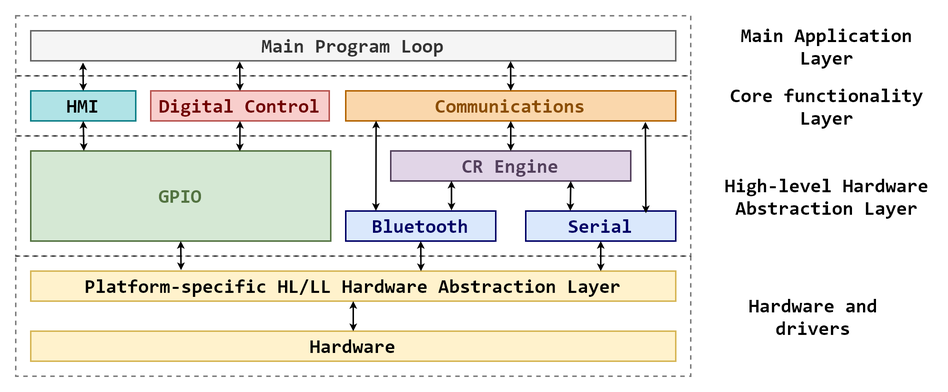
Earlier version of the draw.io export Proj/Iterations/1/Design/Navigation-Subsystem/Architectural-Overview/software-stack/software_stack_overview.png (LPI2-DreamTeam/rfcar). Source tidied: cells renumbered, new cells last; positions are measured from the earlier drawing's top-left corner, leaving out a move shared by most shapes.
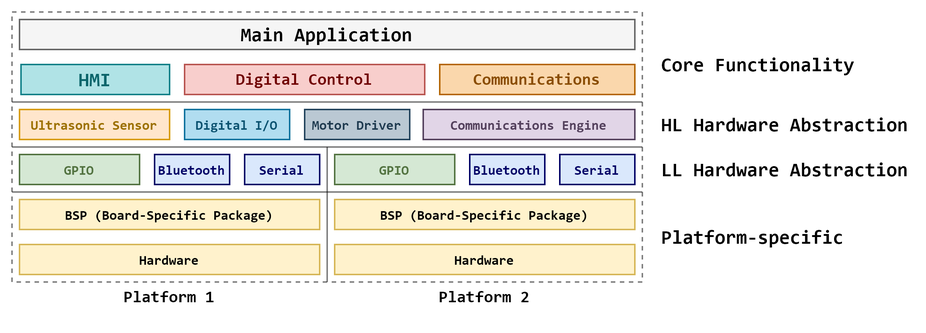
After the change.

Commit message:
Redone Software Stack Overview

Change to the diagram source:
```diff
@@ -2,103 +2,95 @@
   <root>
     <mxCell id="0" />
     <mxCell id="1" parent="0" />
+    <mxCell id="34" style="rounded=0;whiteSpace=wrap;html=1;labelBackgroundColor=none;fontFamily=Consolas;fontSize=13;opacity=50;align=center;dashed=1;fillColor=none;" parent="1" vertex="1">
+      <mxGeometry x="-50" y="20" width="420" height="30" as="geometry" />
+    </mxCell>
-    <mxCell id="2" style="rounded=0;whiteSpace=wrap;html=1;labelBackgroundColor=none;fontFamily=Consolas;fontSize=13;opacity=50;align=center;dashed=1;fillColor=none;" parent="1" vertex="1">
-      <mxGeometry y="80" width="450" height="80" as="geometry" />
+    <mxCell id="2" style="rounded=0;whiteSpace=wrap;html=1;labelBackgroundColor=none;fontFamily=Consolas;fontSize=9;opacity=50;align=center;dashed=1;fillColor=none;" parent="1" vertex="1">
+      <mxGeometry x="160" y="50" width="210" height="30" as="geometry" />
     </mxCell>
-    <mxCell id="3" value="GPIO" style="rounded=0;whiteSpace=wrap;html=1;labelBackgroundColor=none;strokeColor=#537341;fillColor=#d5e8d4;fontFamily=Consolas;fontSize=13;align=center;gradientDirection=east;fontColor=#537341;fontStyle=1;" parent="1" vertex="1">
-      <mxGeometry x="10" y="90" width="200" height="60" as="geometry" />
+    <mxCell id="3" value="GPIO" style="rounded=0;whiteSpace=wrap;html=1;labelBackgroundColor=none;strokeColor=#537341;fillColor=#d5e8d4;fontFamily=Consolas;fontSize=9;align=center;gradientDirection=east;fontColor=#537341;fontStyle=1;" parent="1" vertex="1">
+      <mxGeometry x="165" y="55" width="80" height="20" as="geometry" />
     </mxCell>
-    <mxCell id="4" style="rounded=0;whiteSpace=wrap;html=1;labelBackgroundColor=none;fontFamily=Consolas;fontSize=13;opacity=50;align=center;dashed=1;fillColor=none;" parent="1" vertex="1">
-      <mxGeometry y="160" width="450" height="80" as="geometry" />
+    <mxCell id="4" style="rounded=0;whiteSpace=wrap;html=1;labelBackgroundColor=none;fontFamily=Consolas;fontSize=9;opacity=50;align=center;dashed=1;fillColor=none;" parent="1" vertex="1">
+      <mxGeometry x="160" y="80" width="210" height="60" as="geometry" />
     </mxCell>
     <mxCell id="5" style="rounded=0;whiteSpace=wrap;html=1;labelBackgroundColor=none;fontFamily=Consolas;fontSize=13;opacity=50;align=center;dashed=1;fillColor=none;" parent="1" vertex="1">
-      <mxGeometry y="40" width="450" height="40" as="geometry" />
+      <mxGeometry x="-50" y="-40" width="420" height="60" as="geometry" />
     </mxCell>
-    <mxCell id="6" value="Bluetooth" style="rounded=0;whiteSpace=wrap;html=1;fontFamily=Consolas;fontSize=13;align=center;fillColor=#dae8fc;fontStyle=1;spacingRight=0;strokeColor=#000066;fontColor=#000066;verticalAlign=middle;" parent="1" vertex="1">
-      <mxGeometry x="220" y="130" width="100" height="20" as="geometry" />
+    <mxCell id="6" value="Bluetooth" style="rounded=0;whiteSpace=wrap;html=1;fontFamily=Consolas;fontSize=9;align=center;fillColor=#dae8fc;fontStyle=1;spacingRight=0;strokeColor=#000066;fontColor=#000066;verticalAlign=middle;" parent="1" vertex="1">
+      <mxGeometry x="255" y="55" width="50" height="20" as="geometry" />
     </mxCell>
-    <mxCell id="7" value="Serial" style="rounded=0;whiteSpace=wrap;html=1;fontFamily=Consolas;fontSize=13;align=center;fillColor=#dae8fc;fontStyle=1;spacingRight=0;strokeColor=#000066;fontColor=#000066;verticalAlign=middle;" parent="1" vertex="1">
-      <mxGeometry x="340" y="130" width="100" height="20" as="geometry" />
+    <mxCell id="7" value="Serial" style="rounded=0;whiteSpace=wrap;html=1;fontFamily=Consolas;fontSize=9;align=center;fillColor=#dae8fc;fontStyle=1;spacingRight=0;strokeColor=#000066;fontColor=#000066;verticalAlign=middle;" parent="1" vertex="1">
+      <mxGeometry x="315" y="55" width="50" height="20" as="geometry" />
     </mxCell>
-    <mxCell id="8" value="Platform-specific HL/LL Hardware Abstraction Layer" style="rounded=0;whiteSpace=wrap;html=1;fontFamily=Consolas;fontSize=13;align=center;fillColor=#fff2cc;fontStyle=1;spacingRight=0;strokeColor=#d6b656;verticalAlign=middle;" parent="1" vertex="1">
-      <mxGeometry x="10" y="170" width="430" height="20" as="geometry" />
+    <mxCell id="8" value="BSP (Board-Specific Package)" style="rounded=0;whiteSpace=wrap;html=1;fontFamily=Consolas;fontSize=9;align=center;fillColor=#fff2cc;fontStyle=1;spacingRight=0;strokeColor=#d6b656;verticalAlign=middle;" parent="1" vertex="1">
+      <mxGeometry x="165" y="85" width="200" height="20" as="geometry" />
     </mxCell>
-    <mxCell id="9" value="Hardware" style="rounded=0;whiteSpace=wrap;html=1;fontFamily=Consolas;fontSize=13;align=center;fillColor=#fff2cc;fontStyle=1;spacingRight=0;strokeColor=#d6b656;verticalAlign=bottom;" parent="1" vertex="1">
-      <mxGeometry x="10" y="210" width="430" height="20" as="geometry" />
+    <mxCell id="9" value="Hardware" style="rounded=0;whiteSpace=wrap;html=1;fontFamily=Consolas;fontSize=9;align=center;fillColor=#fff2cc;fontStyle=1;spacingRight=0;strokeColor=#d6b656;verticalAlign=middle;" parent="1" vertex="1">
+      <mxGeometry x="165" y="115" width="200" height="20" as="geometry" />
     </mxCell>
-    <mxCell id="10" value="Communications" style="rounded=0;whiteSpace=wrap;html=1;fontFamily=Consolas;fontSize=13;align=center;fillColor=#fad7ac;fontStyle=1;spacingRight=0;strokeColor=#b46504;labelPosition=center;verticalLabelPosition=middle;verticalAlign=middle;fontColor=#8A4D03;" parent="1" vertex="1">
-      <mxGeometry x="220" y="50" width="220" height="20" as="geometry" />
+    <mxCell id="10" value="Communications" style="rounded=0;whiteSpace=wrap;html=1;fontFamily=Consolas;fontSize=11;align=center;fillColor=#fad7ac;fontStyle=1;spacingRight=0;strokeColor=#b46504;labelPosition=center;verticalLabelPosition=middle;verticalAlign=middle;fontColor=#8A4D03;" parent="1" vertex="1">
+      <mxGeometry x="235" y="-5" width="130" height="20" as="geometry" />
     </mxCell>
-    <mxCell id="11" style="endArrow=classic;html=1;fontFamily=Consolas;fontSize=13;fontColor=#000066;exitX=0.5;exitY=1;exitDx=0;exitDy=0;startArrow=classic;startFill=1;endSize=2;startSize=2;entryX=0.605;entryY=0.001;entryDx=0;entryDy=0;entryPerimeter=0;" parent="1" edge="1" source="6" target="8">
-      <mxGeometry relative="1" as="geometry" />
-    </mxCell>
-    <mxCell id="12" style="endArrow=classic;html=1;fontFamily=Consolas;fontSize=13;fontColor=#000066;exitX=0.5;exitY=1;exitDx=0;exitDy=0;startArrow=classic;startFill=1;endSize=2;startSize=2;" parent="1" edge="1" source="7">
-      <mxGeometry relative="1" as="geometry">
-        <mxPoint x="390" y="170" as="targetPoint" />
-      </mxGeometry>
-    </mxCell>
-    <mxCell id="13" style="endArrow=classic;html=1;fontFamily=Consolas;fontSize=13;fontColor=#000066;entryX=0.201;entryY=-0.007;entryDx=0;entryDy=0;startArrow=classic;startFill=1;endSize=2;startSize=2;entryPerimeter=0;exitX=0.092;exitY=0.993;exitDx=0;exitDy=0;exitPerimeter=0;" parent="1" edge="1" source="10" target="6">
-      <mxGeometry relative="1" as="geometry" />
-    </mxCell>
-    <mxCell id="14" style="endArrow=classic;html=1;fontFamily=Consolas;fontSize=13;fontColor=#000066;exitX=0.908;exitY=1.033;exitDx=0;exitDy=0;entryX=0.801;entryY=0.073;entryDx=0;entryDy=0;startArrow=classic;startFill=1;endSize=2;startSize=2;exitPerimeter=0;entryPerimeter=0;" parent="1" edge="1" source="10" target="7">
-      <mxGeometry relative="1" as="geometry" />
-    </mxCell>
-    <mxCell id="15" value="Digital Control" style="rounded=0;whiteSpace=wrap;html=1;fontFamily=Consolas;fontSize=13;align=center;fillColor=#f8cecc;fontStyle=1;spacingRight=0;strokeColor=#b85450;labelPosition=center;verticalLabelPosition=middle;verticalAlign=middle;fontColor=#700000;labelBackgroundColor=none;" parent="1" vertex="1">
-      <mxGeometry x="90" y="50" width="119" height="20" as="geometry" />
+    <mxCell id="15" value="Digital Control" style="rounded=0;whiteSpace=wrap;html=1;fontFamily=Consolas;fontSize=11;align=center;fillColor=#f8cecc;fontStyle=1;spacingRight=0;strokeColor=#b85450;labelPosition=center;verticalLabelPosition=middle;verticalAlign=middle;fontColor=#700000;labelBackgroundColor=none;" parent="1" vertex="1">
+      <mxGeometry x="65" y="-5" width="160" height="20" as="geometry" />
     </mxCell>
-    <mxCell id="16" value="CR Engine" style="rounded=0;whiteSpace=wrap;html=1;fontFamily=Consolas;fontSize=13;align=center;fillColor=#e1d5e7;fontStyle=1;spacingRight=0;strokeColor=#53405C;labelPosition=center;verticalLabelPosition=middle;verticalAlign=middle;fontColor=#53405C;" parent="1" vertex="1">
-      <mxGeometry x="250" y="90" width="160" height="20" as="geometry" />
+    <mxCell id="16" value="Communications Engine" style="rounded=0;whiteSpace=wrap;html=1;fontFamily=Consolas;fontSize=9;align=center;fillColor=#e1d5e7;fontStyle=1;spacingRight=0;strokeColor=#53405C;labelPosition=center;verticalLabelPosition=middle;verticalAlign=middle;fontColor=#53405C;" parent="1" vertex="1">
+      <mxGeometry x="224" y="25" width="141" height="20" as="geometry" />
     </mxCell>
-    <mxCell id="17" style="endArrow=classic;html=1;fontFamily=Consolas;fontSize=13;fontColor=#000066;startArrow=classic;startFill=1;endSize=2;startSize=2;exitX=0.5;exitY=0;exitDx=0;exitDy=0;entryX=0.5;entryY=1;entryDx=0;entryDy=0;" parent="1" edge="1" source="16" target="10">
-      <mxGeometry relative="1" as="geometry" />
-    </mxCell>
-    <mxCell id="18" style="endArrow=classic;html=1;fontFamily=Consolas;fontSize=13;fontColor=#000066;startArrow=classic;startFill=1;endSize=2;startSize=2;exitX=0.705;exitY=-0.02;exitDx=0;exitDy=0;exitPerimeter=0;entryX=0.253;entryY=0.994;entryDx=0;entryDy=0;entryPerimeter=0;" parent="1" edge="1" source="6" target="16">
-      <mxGeometry relative="1" as="geometry" />
-    </mxCell>
-    <mxCell id="19" style="endArrow=classic;html=1;fontFamily=Consolas;fontSize=13;fontColor=#000066;startArrow=classic;startFill=1;endSize=2;startSize=2;entryX=0.75;entryY=1;entryDx=0;entryDy=0;exitX=0.297;exitY=-0.007;exitDx=0;exitDy=0;exitPerimeter=0;" parent="1" edge="1" source="7" target="16">
-      <mxGeometry relative="1" as="geometry" />
-    </mxCell>
-    <mxCell id="20" value="Main Program Loop" style="rounded=0;whiteSpace=wrap;html=1;fontFamily=Consolas;fontSize=13;align=center;fillColor=#f5f5f5;fontStyle=1;spacingRight=0;strokeColor=#666666;labelPosition=center;verticalLabelPosition=middle;verticalAlign=middle;fontColor=#333333;" parent="1" vertex="1">
-      <mxGeometry x="10" y="10" width="430" height="20" as="geometry" />
+    <mxCell id="20" value="&lt;span style=&quot;color: rgb(0 , 0 , 0) ; text-align: left&quot;&gt;Main Application&lt;/span&gt;" style="rounded=0;whiteSpace=wrap;html=1;fontFamily=Consolas;fontSize=13;align=center;fillColor=#f5f5f5;fontStyle=1;spacingRight=0;strokeColor=#666666;labelPosition=center;verticalLabelPosition=middle;verticalAlign=middle;fontColor=#333333;" parent="1" vertex="1">
+      <mxGeometry x="-45" y="-35" width="410" height="20" as="geometry" />
     </mxCell>
-    <mxCell id="21" style="endArrow=classic;html=1;fontFamily=Consolas;fontSize=13;fontColor=#000066;exitX=0.5;exitY=0;exitDx=0;exitDy=0;entryX=0.744;entryY=1.008;entryDx=0;entryDy=0;startArrow=classic;startFill=1;endSize=2;startSize=2;entryPerimeter=0;" parent="1" edge="1" source="10" target="20">
-      <mxGeometry relative="1" as="geometry" />
-    </mxCell>
-    <mxCell id="22" style="endArrow=classic;html=1;fontFamily=Consolas;fontSize=13;fontColor=#000066;exitX=0.5;exitY=1;exitDx=0;exitDy=0;entryX=0.5;entryY=0;entryDx=0;entryDy=0;startArrow=classic;startFill=1;endSize=2;startSize=2;" parent="1" edge="1" source="8" target="9">
-      <mxGeometry relative="1" as="geometry" />
-    </mxCell>
-    <mxCell id="23" value="Core functionality&lt;br&gt;Layer" style="text;html=1;strokeColor=none;fillColor=none;align=center;verticalAlign=middle;whiteSpace=wrap;rounded=0;dashed=1;labelBackgroundColor=none;fontFamily=Consolas;fontSize=13;fontColor=#000000;opacity=50;fontStyle=1;rotation=0;" parent="1" vertex="1">
-      <mxGeometry x="471" y="50" width="140" height="20" as="geometry" />
+    <mxCell id="23" value="Core Functionality" style="text;html=1;strokeColor=none;fillColor=none;align=left;verticalAlign=middle;whiteSpace=wrap;rounded=0;dashed=1;labelBackgroundColor=none;fontFamily=Consolas;fontSize=13;fontColor=#000000;opacity=50;fontStyle=1;rotation=0;" parent="1" vertex="1">
+      <mxGeometry x="381" y="-15" width="150" height="20" as="geometry" />
     </mxCell>
-    <mxCell id="24" value="High-level Hardware Abstraction Layer" style="text;html=1;strokeColor=none;fillColor=none;align=center;verticalAlign=middle;whiteSpace=wrap;rounded=0;dashed=1;labelBackgroundColor=none;fontFamily=Consolas;fontSize=13;fontColor=#000000;opacity=50;fontStyle=1;rotation=0;" parent="1" vertex="1">
-      <mxGeometry x="471" y="110" width="140" height="20" as="geometry" />
+    <mxCell id="24" value="HL Hardware Abstraction" style="text;html=1;strokeColor=none;fillColor=none;align=left;verticalAlign=middle;whiteSpace=wrap;rounded=0;dashed=1;labelBackgroundColor=none;fontFamily=Consolas;fontSize=13;fontColor=#000000;opacity=50;fontStyle=1;rotation=0;" parent="1" vertex="1">
+      <mxGeometry x="381" y="25" width="169" height="20" as="geometry" />
     </mxCell>
-    <mxCell id="25" value="Hardware and drivers" style="text;html=1;strokeColor=none;fillColor=none;align=center;verticalAlign=middle;whiteSpace=wrap;rounded=0;dashed=1;labelBackgroundColor=none;fontFamily=Consolas;fontSize=13;fontColor=#000000;opacity=50;fontStyle=1;rotation=0;" parent="1" vertex="1">
-      <mxGeometry x="461.5" y="185" width="140" height="30" as="geometry" />
+    <mxCell id="25" value="Platform-specific" style="text;html=1;strokeColor=none;fillColor=none;align=left;verticalAlign=middle;whiteSpace=wrap;rounded=0;dashed=1;labelBackgroundColor=none;fontFamily=Consolas;fontSize=13;fontColor=#000000;opacity=50;fontStyle=1;rotation=0;" parent="1" vertex="1">
+      <mxGeometry x="381" y="95" width="150" height="30" as="geometry" />
     </mxCell>
-    <mxCell id="26" value="HMI" style="rounded=0;whiteSpace=wrap;html=1;fontFamily=Consolas;fontSize=13;align=center;fillColor=#b0e3e6;fontStyle=1;spacingRight=0;strokeColor=#0e8088;labelPosition=center;verticalLabelPosition=middle;verticalAlign=middle;labelBackgroundColor=none;" parent="1" vertex="1">
-      <mxGeometry x="10" y="50" width="70" height="20" as="geometry" />
+    <mxCell id="26" value="HMI" style="rounded=0;whiteSpace=wrap;html=1;fontFamily=Consolas;fontSize=13;align=center;fillColor=#b0e3e6;fontStyle=1;spacingRight=0;strokeColor=#0e8088;labelPosition=center;verticalLabelPosition=middle;verticalAlign=middle;labelBackgroundColor=none;fontColor=#0B656B;" parent="1" vertex="1">
+      <mxGeometry x="-44" y="-5" width="99" height="20" as="geometry" />
     </mxCell>
-    <mxCell id="27" style="endArrow=classic;html=1;fontFamily=Consolas;fontSize=13;fontColor=#000066;entryX=0.233;entryY=-0.032;entryDx=0;entryDy=0;startArrow=classic;startFill=1;endSize=2;startSize=2;exitX=0.5;exitY=1;exitDx=0;exitDy=0;entryPerimeter=0;" parent="1" edge="1" source="3" target="8">
-      <mxGeometry relative="1" as="geometry" />
-    </mxCell>
-    <mxCell id="28" style="endArrow=classic;html=1;fontFamily=Consolas;fontSize=13;fontColor=#000066;startArrow=classic;startFill=1;endSize=2;startSize=2;exitX=0.5;exitY=1;exitDx=0;exitDy=0;entryX=0.177;entryY=-0.001;entryDx=0;entryDy=0;entryPerimeter=0;" parent="1" edge="1" source="26" target="3">
-      <mxGeometry relative="1" as="geometry" />
-    </mxCell>
-    <mxCell id="29" style="endArrow=classic;html=1;fontFamily=Consolas;fontSize=13;fontColor=#000066;startArrow=classic;startFill=1;endSize=2;startSize=2;exitX=0.5;exitY=1;exitDx=0;exitDy=0;entryX=0.697;entryY=0.003;entryDx=0;entryDy=0;entryPerimeter=0;" parent="1" edge="1" source="15" target="3">
-      <mxGeometry relative="1" as="geometry" />
-    </mxCell>
-    <mxCell id="30" style="endArrow=classic;html=1;fontFamily=Consolas;fontSize=13;fontColor=#000066;startArrow=classic;startFill=1;endSize=2;startSize=2;exitX=0.5;exitY=0;exitDx=0;exitDy=0;entryX=0.081;entryY=1.056;entryDx=0;entryDy=0;entryPerimeter=0;" parent="1" edge="1" source="26" target="20">
-      <mxGeometry relative="1" as="geometry" />
-    </mxCell>
-    <mxCell id="31" style="endArrow=classic;html=1;fontFamily=Consolas;fontSize=13;fontColor=#000066;startArrow=classic;startFill=1;endSize=2;startSize=2;exitX=0.5;exitY=0;exitDx=0;exitDy=0;entryX=0.324;entryY=1.021;entryDx=0;entryDy=0;entryPerimeter=0;" parent="1" edge="1" source="15" target="20">
-      <mxGeometry relative="1" as="geometry" />
-    </mxCell>
-    <mxCell id="32" style="rounded=0;whiteSpace=wrap;html=1;labelBackgroundColor=none;fontFamily=Consolas;fontSize=13;opacity=50;align=center;dashed=1;fillColor=none;" parent="1" vertex="1">
-      <mxGeometry width="450" height="40" as="geometry" />
-    </mxCell>
-    <mxCell id="33" value="Main Application Layer" style="text;html=1;strokeColor=none;fillColor=none;align=center;verticalAlign=middle;whiteSpace=wrap;rounded=0;dashed=1;labelBackgroundColor=none;fontFamily=Consolas;fontSize=13;fontColor=#000000;opacity=50;fontStyle=1;rotation=0;" parent="1" vertex="1">
-      <mxGeometry x="471" y="10" width="140" height="20" as="geometry" />
-    </mxCell>
+    <mxCell id="35" value="LL Hardware Abstraction" style="text;html=1;strokeColor=none;fillColor=none;align=left;verticalAlign=middle;whiteSpace=wrap;rounded=0;dashed=1;labelBackgroundColor=none;fontFamily=Consolas;fontSize=13;fontColor=#000000;opacity=50;fontStyle=1;rotation=0;" parent="1" vertex="1">
+      <mxGeometry x="381" y="55" width="169" height="20" as="geometry" />
+    </mxCell>
+    <mxCell id="36" value="Digital I/O" style="rounded=0;whiteSpace=wrap;html=1;fontFamily=Consolas;fontSize=9;align=center;fillColor=#b1ddf0;fontStyle=1;spacingRight=0;strokeColor=#10739e;labelPosition=center;verticalLabelPosition=middle;verticalAlign=middle;fontColor=#0B5270;" parent="1" vertex="1">
+      <mxGeometry x="65" y="25" width="70" height="20" as="geometry" />
+    </mxCell>
+    <mxCell id="37" value="Motor Driver" style="rounded=0;whiteSpace=wrap;html=1;fontFamily=Consolas;fontSize=9;align=center;fillColor=#bac8d3;fontStyle=1;spacingRight=0;strokeColor=#23445d;labelPosition=center;verticalLabelPosition=middle;verticalAlign=middle;fontColor=#1E3A4F;" parent="1" vertex="1">
+      <mxGeometry x="145" y="25" width="70" height="20" as="geometry" />
+    </mxCell>
+    <mxCell id="38" style="rounded=0;whiteSpace=wrap;html=1;labelBackgroundColor=none;fontFamily=Consolas;fontSize=9;opacity=50;align=center;dashed=1;fillColor=none;" parent="1" vertex="1">
+      <mxGeometry x="-50" y="50" width="210" height="30" as="geometry" />
+    </mxCell>
+    <mxCell id="39" value="GPIO" style="rounded=0;whiteSpace=wrap;html=1;labelBackgroundColor=none;strokeColor=#537341;fillColor=#d5e8d4;fontFamily=Consolas;fontSize=9;align=center;gradientDirection=east;fontColor=#537341;fontStyle=1;" parent="1" vertex="1">
+      <mxGeometry x="-45" y="55" width="80" height="20" as="geometry" />
+    </mxCell>
+    <mxCell id="40" style="rounded=0;whiteSpace=wrap;html=1;labelBackgroundColor=none;fontFamily=Consolas;fontSize=9;opacity=50;align=center;dashed=1;fillColor=none;" parent="1" vertex="1">
+      <mxGeometry x="-50" y="80" width="210" height="60" as="geometry" />
+    </mxCell>
+    <mxCell id="41" value="Bluetooth" style="rounded=0;whiteSpace=wrap;html=1;fontFamily=Consolas;fontSize=9;align=center;fillColor=#dae8fc;fontStyle=1;spacingRight=0;strokeColor=#000066;fontColor=#000066;verticalAlign=middle;" parent="1" vertex="1">
+      <mxGeometry x="45" y="55" width="50" height="20" as="geometry" />
+    </mxCell>
+    <mxCell id="42" value="Serial" style="rounded=0;whiteSpace=wrap;html=1;fontFamily=Consolas;fontSize=9;align=center;fillColor=#dae8fc;fontStyle=1;spacingRight=0;strokeColor=#000066;fontColor=#000066;verticalAlign=middle;" parent="1" vertex="1">
+      <mxGeometry x="105" y="55" width="50" height="20" as="geometry" />
+    </mxCell>
+    <mxCell id="43" value="BSP (Board-Specific Package)" style="rounded=0;whiteSpace=wrap;html=1;fontFamily=Consolas;fontSize=9;align=center;fillColor=#fff2cc;fontStyle=1;spacingRight=0;strokeColor=#d6b656;verticalAlign=middle;" parent="1" vertex="1">
+      <mxGeometry x="-45" y="85" width="200" height="20" as="geometry" />
+    </mxCell>
+    <mxCell id="44" value="Hardware" style="rounded=0;whiteSpace=wrap;html=1;fontFamily=Consolas;fontSize=9;align=center;fillColor=#fff2cc;fontStyle=1;spacingRight=0;strokeColor=#d6b656;verticalAlign=middle;" parent="1" vertex="1">
+      <mxGeometry x="-45" y="115" width="200" height="20" as="geometry" />
+    </mxCell>
+    <mxCell id="45" value="Platform 1" style="text;html=1;strokeColor=none;fillColor=none;align=center;verticalAlign=middle;whiteSpace=wrap;rounded=0;dashed=1;labelBackgroundColor=none;fontFamily=Consolas;fontSize=11;fontColor=#000000;opacity=50;fontStyle=1;rotation=0;" parent="1" vertex="1">
+      <mxGeometry x="-20" y="135" width="150" height="30" as="geometry" />
+    </mxCell>
+    <mxCell id="46" value="Platform 2" style="text;html=1;strokeColor=none;fillColor=none;align=center;verticalAlign=middle;whiteSpace=wrap;rounded=0;dashed=1;labelBackgroundColor=none;fontFamily=Consolas;fontSize=11;fontColor=#000000;opacity=50;fontStyle=1;rotation=0;" parent="1" vertex="1">
+      <mxGeometry x="190" y="135" width="150" height="30" as="geometry" />
+    </mxCell>
+    <mxCell id="47" value="Ultrasonic Sensor" style="rounded=0;whiteSpace=wrap;html=1;fontFamily=Consolas;fontSize=9;align=center;fillColor=#ffe6cc;fontStyle=1;spacingRight=0;strokeColor=#d79b00;labelPosition=center;verticalLabelPosition=middle;verticalAlign=middle;fontColor=#9C7000;" parent="1" vertex="1">
+      <mxGeometry x="-45" y="25" width="100" height="20" as="geometry" />
+    </mxCell>
   </root>
 </mxGraphModel>
```
